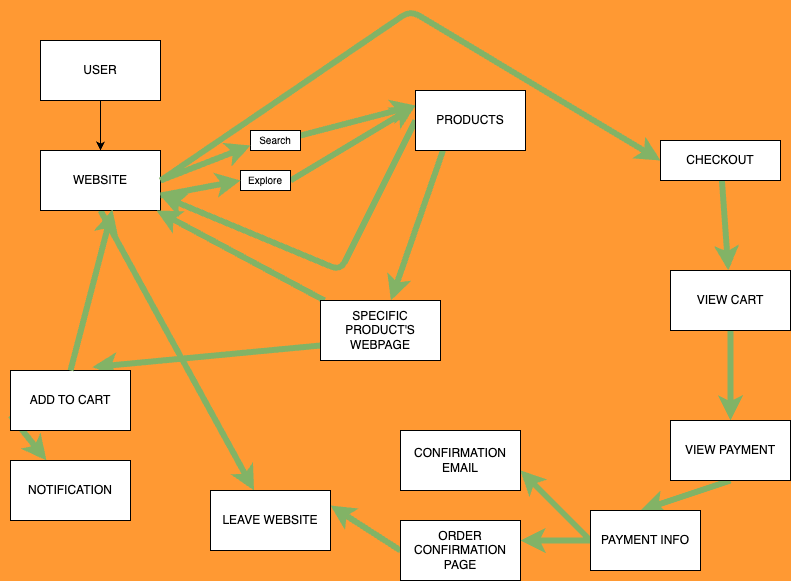
Before: explore/diagramming/diagram.drawio.png, a diagram exported from draw.io (teopotter64/sp25-cse110-lab4). Source tidied: cells renumbered, new cells last; positions are measured from the earlier drawing's top-left corner, leaving out a move shared by most shapes.
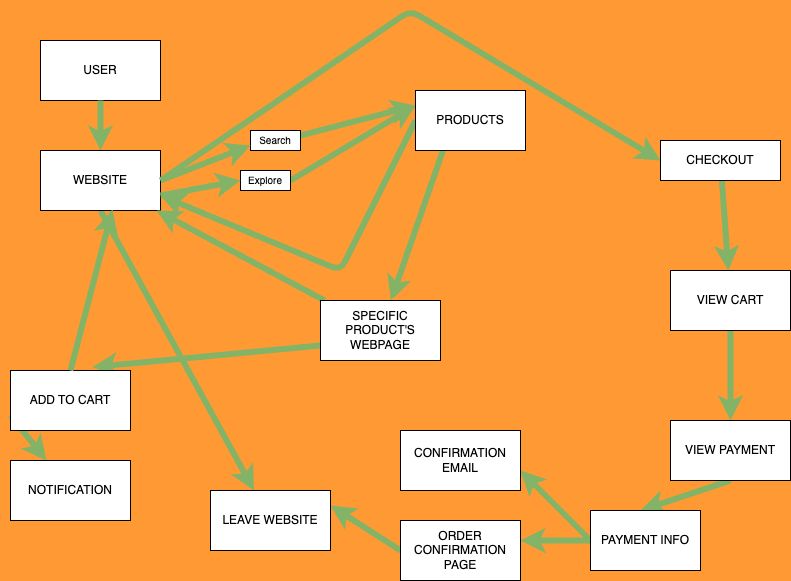
The same file after the commit.

The edit, as a diff of the source:
```diff
@@ -5,7 +5,7 @@
     <mxCell id="2" value="USER" style="rounded=0;whiteSpace=wrap;html=1;" parent="1" vertex="1">
       <mxGeometry x="30" y="30" width="120" height="60" as="geometry" />
     </mxCell>
-    <mxCell id="3" style="endArrow=classic;html=1;exitX=0.5;exitY=1;exitDx=0;exitDy=0;" parent="1" edge="1" source="2">
+    <mxCell id="3" style="endArrow=classic;html=1;exitX=0.5;exitY=1;exitDx=0;exitDy=0;fillColor=#d5e8d4;strokeColor=#82b366;strokeWidth=6;" parent="1" edge="1" source="2">
       <mxGeometry relative="1" as="geometry">
         <mxPoint x="90" y="140" as="targetPoint" />
       </mxGeometry>
```
